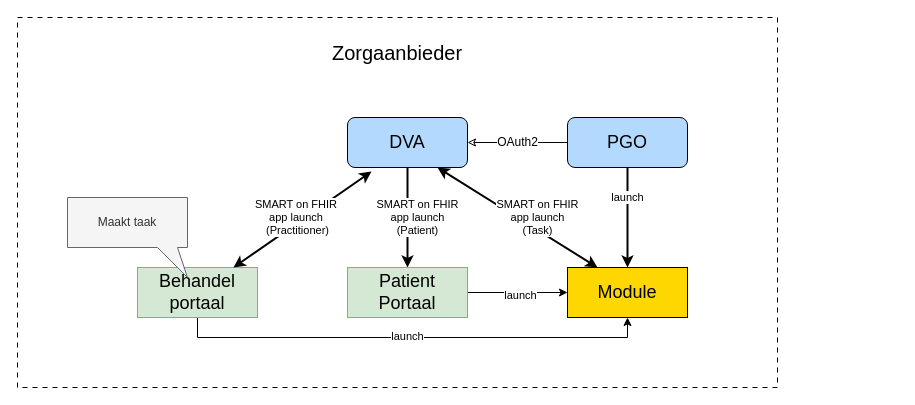
This is input/images/koppeltaal/optie5.drawio from KoppelMij/koppelmij-designs, a draw.io file, before an edit. Source tidied: cells renumbered, new cells numbered last; positions are measured from the earlier drawing's top-left corner, leaving out a move shared by most shapes. Both pictures are drawn from the tidied source at 100%, with x=0, y=0 at pixel (17, 17).
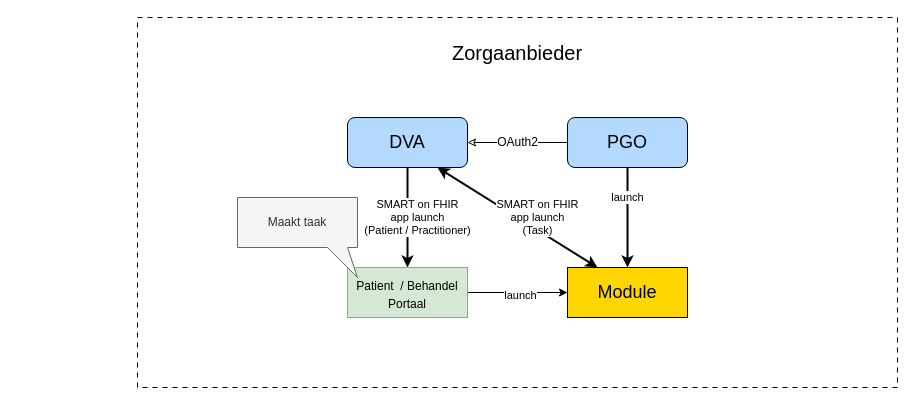
The same page after the edit.

Commit message:
Update `optie5.drawio` in Koppeltaal diagrams

- Refine geometry and positioning of elements in the architectural diagram for better alignment and clarity.
- Add attribute locks to specific elements to prevent unintended modifications.
- Update labels and connections for enhanced readability and accuracy.

Change to the diagram source:
```diff
@@
 <mxGraphModel>
   <root>
     <mxCell id="0" />
     <mxCell id="1" parent="0" />
     <mxCell id="2" style="rounded=0;whiteSpace=wrap;html=1;dashed=1;dashPattern=5 5;fillColor=none;strokeColor=#000000;" parent="1" vertex="1">
-      <mxGeometry width="760" height="370" as="geometry" />
+      <mxGeometry x="120" width="760" height="370" as="geometry" />
     </mxCell>
     <mxCell id="3" value="Zorgaanbieder" style="text;html=1;strokeColor=none;fillColor=none;align=center;verticalAlign=middle;whiteSpace=wrap;rounded=0;fontSize=20;fontStyle=0;" parent="1" vertex="1">
-      <mxGeometry x="320" y="20" width="120" height="30" as="geometry" />
+      <mxGeometry x="440" y="20" width="120" height="30" as="geometry" />
     </mxCell>
     <mxCell id="4" value="DVA" style="rounded=1;whiteSpace=wrap;html=1;fillColor=#B3D9FF;strokeColor=#000000;fontSize=18;arcSize=15;" parent="1" vertex="1">
       <mxGeometry x="330" y="100" width="120" height="50" as="geometry" />
     </mxCell>
     <mxCell id="5" value="PGO" style="rounded=1;whiteSpace=wrap;html=1;fillColor=#B3D9FF;strokeColor=#000000;fontSize=18;arcSize=15;" parent="1" vertex="1">
       <mxGeometry x="550" y="100" width="120" height="50" as="geometry" />
     </mxCell>
     <mxCell id="6" value="Module" style="rounded=0;whiteSpace=wrap;html=1;fillColor=#FFD700;strokeColor=#000000;fontSize=18;" parent="1" vertex="1">
       <mxGeometry x="550" y="250" width="120" height="50" as="geometry" />
     </mxCell>
     <mxCell id="7" value="OAuth2" style="edgeStyle=orthogonalEdgeStyle;rounded=0;jettySize=auto;html=1;exitX=1;exitY=0.5;exitDx=0;exitDy=0;strokeColor=#000000;fontSize=12;startArrow=classic;startFill=0;endArrow=none;entryX=0;entryY=0.5;entryDx=0;entryDy=0;" parent="1" edge="1" source="4" target="5">
       <mxGeometry relative="1" as="geometry" />
     </mxCell>
     <mxCell id="8" value="SMART on FHIR&lt;div&gt;app launch&lt;/div&gt;&lt;div&gt;(Task)&lt;/div&gt;" style="rounded=0;jettySize=auto;html=1;exitX=0.75;exitY=1;exitDx=0;exitDy=0;entryX=0.25;entryY=0;entryDx=0;entryDy=0;strokeColor=#000000;strokeWidth=2;fontSize=11;startArrow=classic;startFill=1;" parent="1" edge="1" source="4" target="6">
       <mxGeometry x="0.18" y="11" relative="1" as="geometry" />
     </mxCell>
     <mxCell id="9" value="launch" style="rounded=0;jettySize=auto;html=1;exitX=0.5;exitY=1;exitDx=0;exitDy=0;strokeColor=#000000;strokeWidth=2;fontSize=11;entryX=0.5;entryY=0;entryDx=0;entryDy=0;" parent="1" edge="1" source="5" target="6">
       <mxGeometry x="-0.4" relative="1" as="geometry" />
     </mxCell>
-    <mxCell id="10" style="edgeStyle=orthogonalEdgeStyle;rounded=0;jettySize=auto;html=1;entryX=0.5;entryY=1;entryDx=0;entryDy=0;exitX=0.5;exitY=1;exitDx=0;exitDy=0;" parent="1" edge="1" source="12" target="6">
-      <mxGeometry relative="1" as="geometry" />
-    </mxCell>
-    <mxCell id="11" value="launch" style="edgeLabel;html=1;align=center;verticalAlign=middle;" parent="10" vertex="1">
-      <mxGeometry x="0.03" y="2" relative="1" as="geometry">
-        <mxPoint x="-13" as="offset" />
-      </mxGeometry>
-    </mxCell>
-    <mxCell id="12" value="Behandel&lt;div&gt;portaal&lt;/div&gt;" style="rounded=0;whiteSpace=wrap;html=1;fillColor=#d5e8d4;strokeColor=#82b366;fontSize=18;" parent="1" vertex="1">
-      <mxGeometry x="120" y="250" width="120" height="50" as="geometry" />
-    </mxCell>
-    <mxCell id="13" value="SMART on FHIR&amp;nbsp;&lt;div&gt;app launch&amp;nbsp;&lt;/div&gt;&lt;div&gt;(Practitioner)&lt;/div&gt;" style="rounded=0;jettySize=auto;html=1;exitX=0.2;exitY=1.08;exitDx=0;exitDy=0;strokeColor=#000000;strokeWidth=2;fontSize=11;startArrow=classic;startFill=1;exitPerimeter=0;" parent="1" edge="1" source="4" target="12">
-      <mxGeometry x="0.04" y="-4" relative="1" as="geometry" />
-    </mxCell>
-    <mxCell id="14" value="SMART on FHIR&lt;div&gt;app launch&lt;/div&gt;&lt;div&gt;(Patient)&lt;/div&gt;" style="rounded=0;jettySize=auto;html=1;exitX=0.5;exitY=1;exitDx=0;exitDy=0;strokeColor=#000000;strokeWidth=2;fontSize=11;entryX=0.5;entryY=0;entryDx=0;entryDy=0;" parent="1" edge="1" source="4" target="18">
+    <mxCell id="14" value="SMART on FHIR&lt;div&gt;app launch&lt;/div&gt;&lt;div&gt;(Patient /&amp;nbsp;&lt;span style=&quot;background-color: light-dark(#ffffff, var(--ge-dark-color, #121212)); color: light-dark(rgb(0, 0, 0), rgb(255, 255, 255));&quot;&gt;Practitioner&lt;/span&gt;&lt;span style=&quot;background-color: light-dark(#ffffff, var(--ge-dark-color, #121212)); color: light-dark(rgb(0, 0, 0), rgb(255, 255, 255));&quot;&gt;)&lt;/span&gt;&lt;/div&gt;" style="rounded=0;jettySize=auto;html=1;exitX=0.5;exitY=1;exitDx=0;exitDy=0;strokeColor=#000000;strokeWidth=2;fontSize=11;entryX=0.5;entryY=0;entryDx=0;entryDy=0;" parent="1" edge="1" source="4" target="18">
       <mxGeometry y="10" relative="1" as="geometry" />
     </mxCell>
-    <mxCell id="15" value="Maakt taak" style="shape=callout;whiteSpace=wrap;html=1;perimeter=calloutPerimeter;fillColor=#f5f5f5;strokeColor=#666666;fontColor=#333333;position2=1;base=20;size=30;position=0.75;" parent="1" vertex="1">
-      <mxGeometry x="50" y="180" width="120" height="80" as="geometry" />
-    </mxCell>
     <mxCell id="16" style="edgeStyle=orthogonalEdgeStyle;rounded=0;jettySize=auto;html=1;entryX=0;entryY=0.5;entryDx=0;entryDy=0;" parent="1" edge="1" source="18" target="6">
       <mxGeometry relative="1" as="geometry" />
     </mxCell>
     <mxCell id="17" value="launch" style="edgeLabel;html=1;align=center;verticalAlign=middle;" parent="16" vertex="1">
       <mxGeometry x="0.03" y="-2" relative="1" as="geometry" />
     </mxCell>
-    <mxCell id="18" value="Patient Portaal" style="rounded=0;whiteSpace=wrap;html=1;fillColor=#d5e8d4;strokeColor=#82b366;fontSize=18;" parent="1" vertex="1">
+    <mxCell id="18" value="&lt;div style=&quot;line-height: 100%;&quot;&gt;&lt;font style=&quot;font-size: 12px; line-height: 100%;&quot;&gt;Patient&amp;nbsp; / Behandel&lt;/font&gt;&lt;div&gt;&lt;font style=&quot;font-size: 12px; line-height: 100%;&quot;&gt;Portaal&lt;/font&gt;&lt;/div&gt;&lt;/div&gt;" style="rounded=0;whiteSpace=wrap;html=1;fillColor=#d5e8d4;strokeColor=#82b366;fontSize=18;verticalAlign=middle;" parent="1" vertex="1">
       <mxGeometry x="330" y="250" width="120" height="50" as="geometry" />
     </mxCell>
+    <mxCell id="15" value="Maakt taak" style="shape=callout;whiteSpace=wrap;html=1;perimeter=calloutPerimeter;fillColor=#f5f5f5;strokeColor=#666666;fontColor=#333333;position2=1;base=20;size=30;position=0.75;" parent="1" vertex="1">
+      <mxGeometry x="220" y="180" width="120" height="80" as="geometry" />
+    </mxCell>
   </root>
 </mxGraphModel>
```
